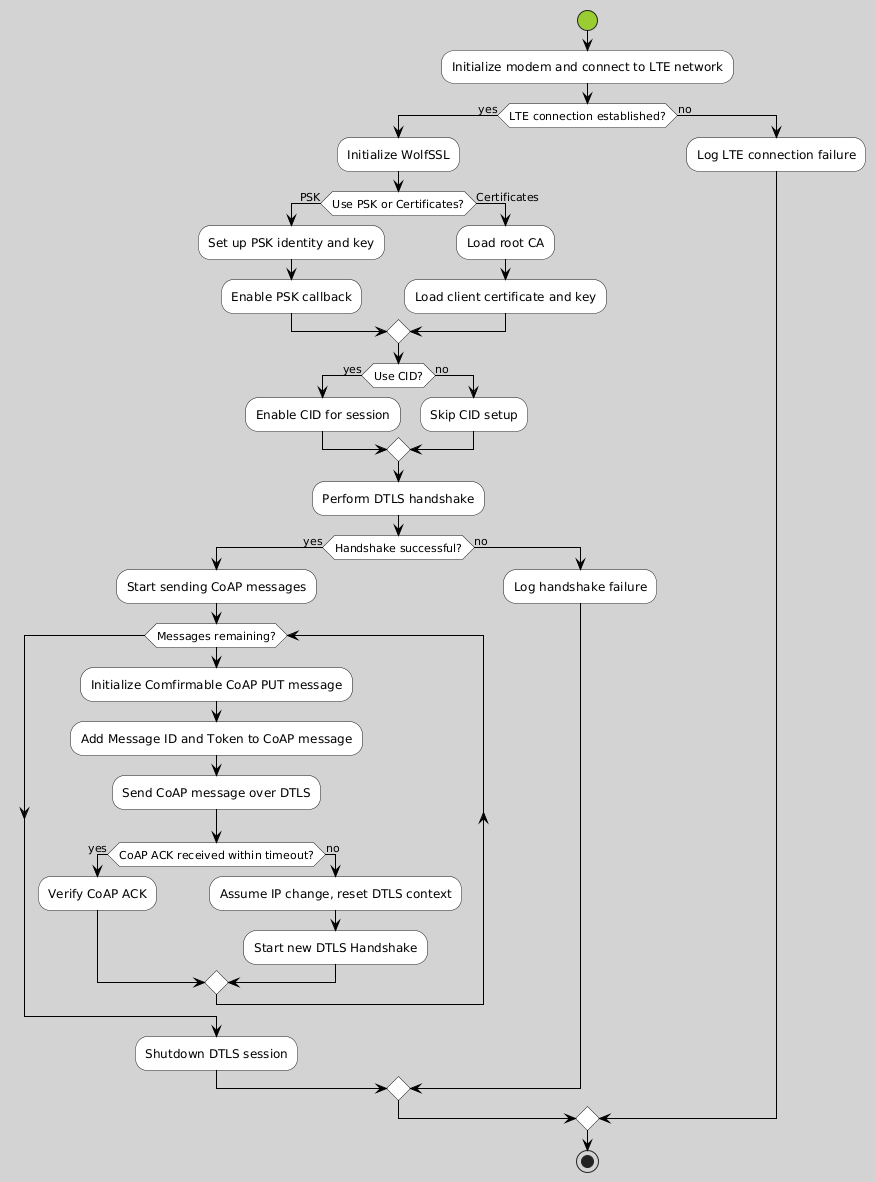
The PlantUML diagram src/documentation/DTLS_Handshake_Configuration.png in Johann-Zurner/DTLS_CoAP_Client, before a commit.
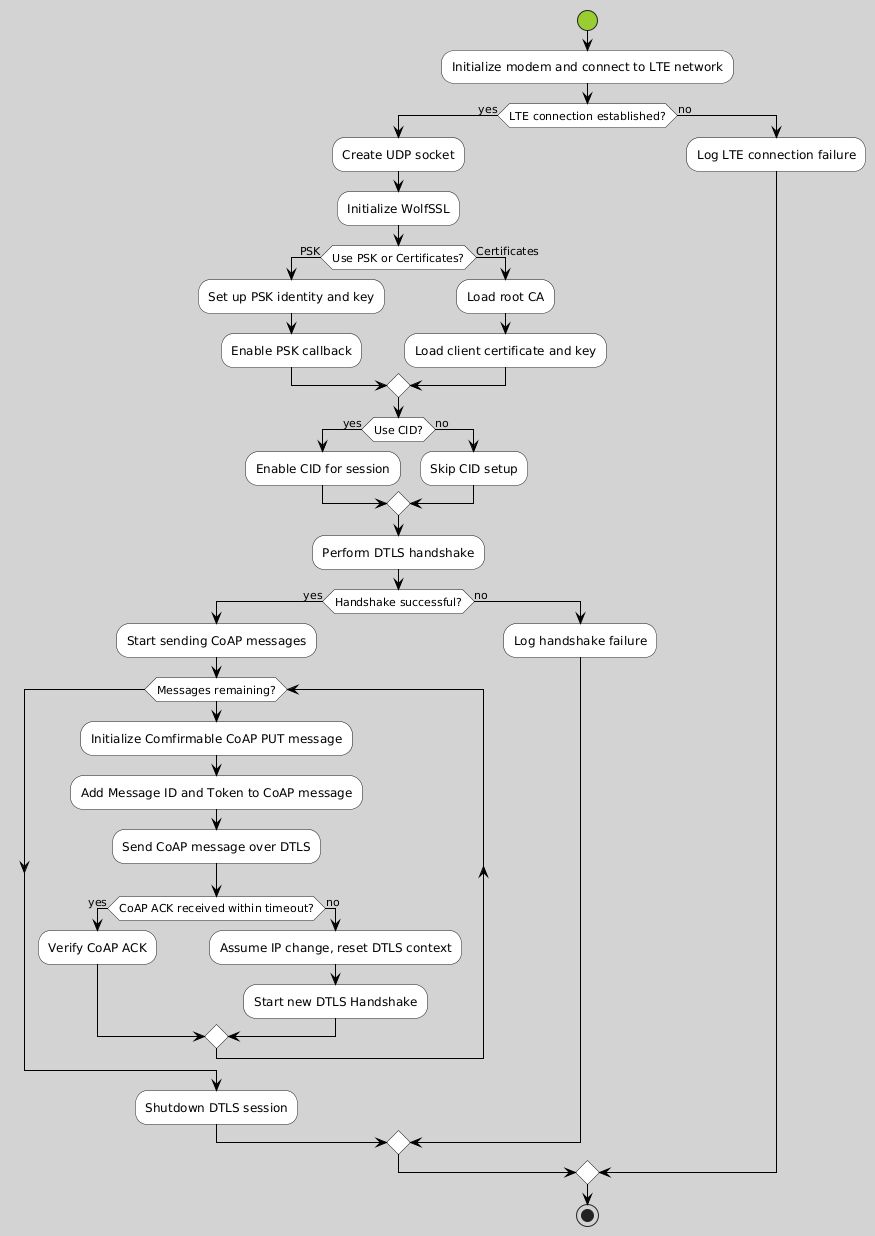
Later version of the same file.

What changed in the source:
```diff
@@ -10,7 +10,9 @@
 
 :Initialize modem and connect to LTE network;
 if (LTE connection established?) then (yes)
+  :Create UDP socket;
   :Initialize WolfSSL;
+
 
   if (Use PSK or Certificates?) then (PSK)
     :Set up PSK identity and key;
```
